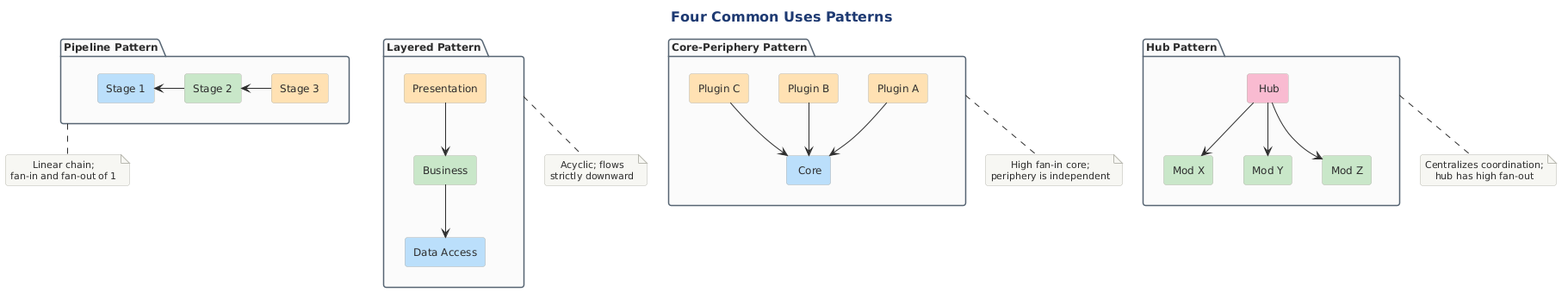
Earlier version of the PlantUML export src/architecture/views-and-beyond/style-catalogs/module/uses-style/png/four-common-uses-patterns.png (Notoriousjayy/latex-docs).
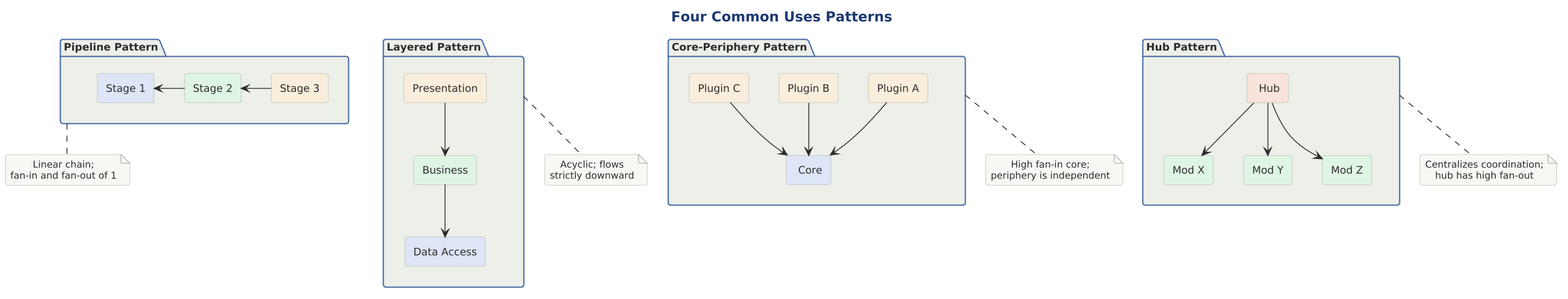
After the change.

What changed in the source:
```diff
@@ -1,45 +1,45 @@
 @startuml
 
-skinparam RectangleBorderColor #2C3E50
+skinparam dpi 150
+
+
+
+
 !include ../../../../../../tooling/styles/plantuml/structural/package-diagram-style.iuml
-
-skinparam RectangleFontSize 12
-skinparam PackageBorderColor #566573
-skinparam PackageBackgroundColor #FAFAFA
 
 title Four Common Uses Patterns
 
 package "Layered Pattern" as LP {
-  rectangle "Presentation" as L1 #FFE0B2
-  rectangle "Business" as L2 #C8E6C9
-  rectangle "Data Access" as L3 #BBDEFB
+  rectangle "Presentation" as L1 $fill_caution
+  rectangle "Business" as L2 $fill_ok
+  rectangle "Data Access" as L3 $fill_primary
   L1 -down-> L2
   L2 -down-> L3
 }
 
 package "Core-Periphery Pattern" as CP {
-  rectangle "Plugin A" as PA #FFE0B2
-  rectangle "Plugin B" as PB #FFE0B2
-  rectangle "Plugin C" as PC #FFE0B2
-  rectangle " Core " as CORE #BBDEFB
+  rectangle "Plugin A" as PA $fill_caution
+  rectangle "Plugin B" as PB $fill_caution
+  rectangle "Plugin C" as PC $fill_caution
+  rectangle " Core " as CORE $fill_primary
   PA -down-> CORE
   PB -down-> CORE
   PC -down-> CORE
 }
 
 package "Pipeline Pattern" as PP {
-  rectangle "Stage 1" as S1 #BBDEFB
-  rectangle "Stage 2" as S2 #C8E6C9
-  rectangle "Stage 3" as S3 #FFE0B2
+  rectangle "Stage 1" as S1 $fill_primary
+  rectangle "Stage 2" as S2 $fill_ok
+  rectangle "Stage 3" as S3 $fill_caution
   S3 -left-> S2
   S2 -left-> S1
 }
 
 package "Hub Pattern" as HP {
-  rectangle "Mod X" as MX #C8E6C9
-  rectangle "Mod Y" as MY #C8E6C9
-  rectangle "Mod Z" as MZ #C8E6C9
-  rectangle " Hub " as HUB #F8BBD0
+  rectangle "Mod X" as MX $fill_ok
+  rectangle "Mod Y" as MY $fill_ok
+  rectangle "Mod Z" as MZ $fill_ok
+  rectangle " Hub " as HUB $fill_invalid
   HUB -down-> MX
   HUB -down-> MY
   HUB -down-> MZ
```
